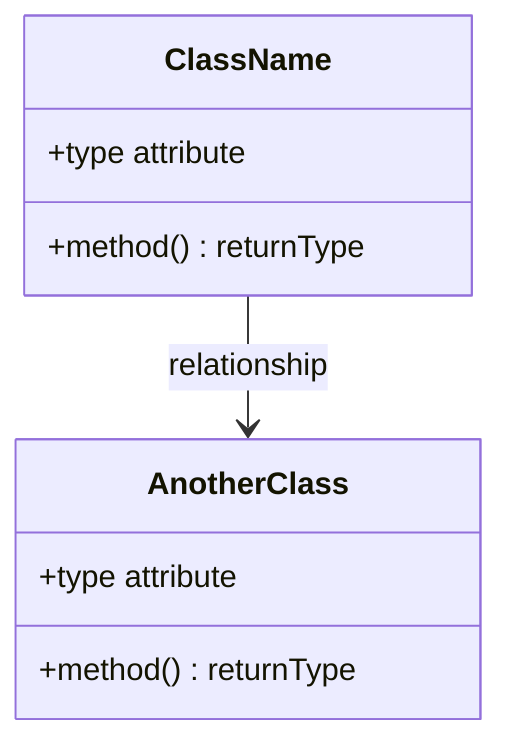
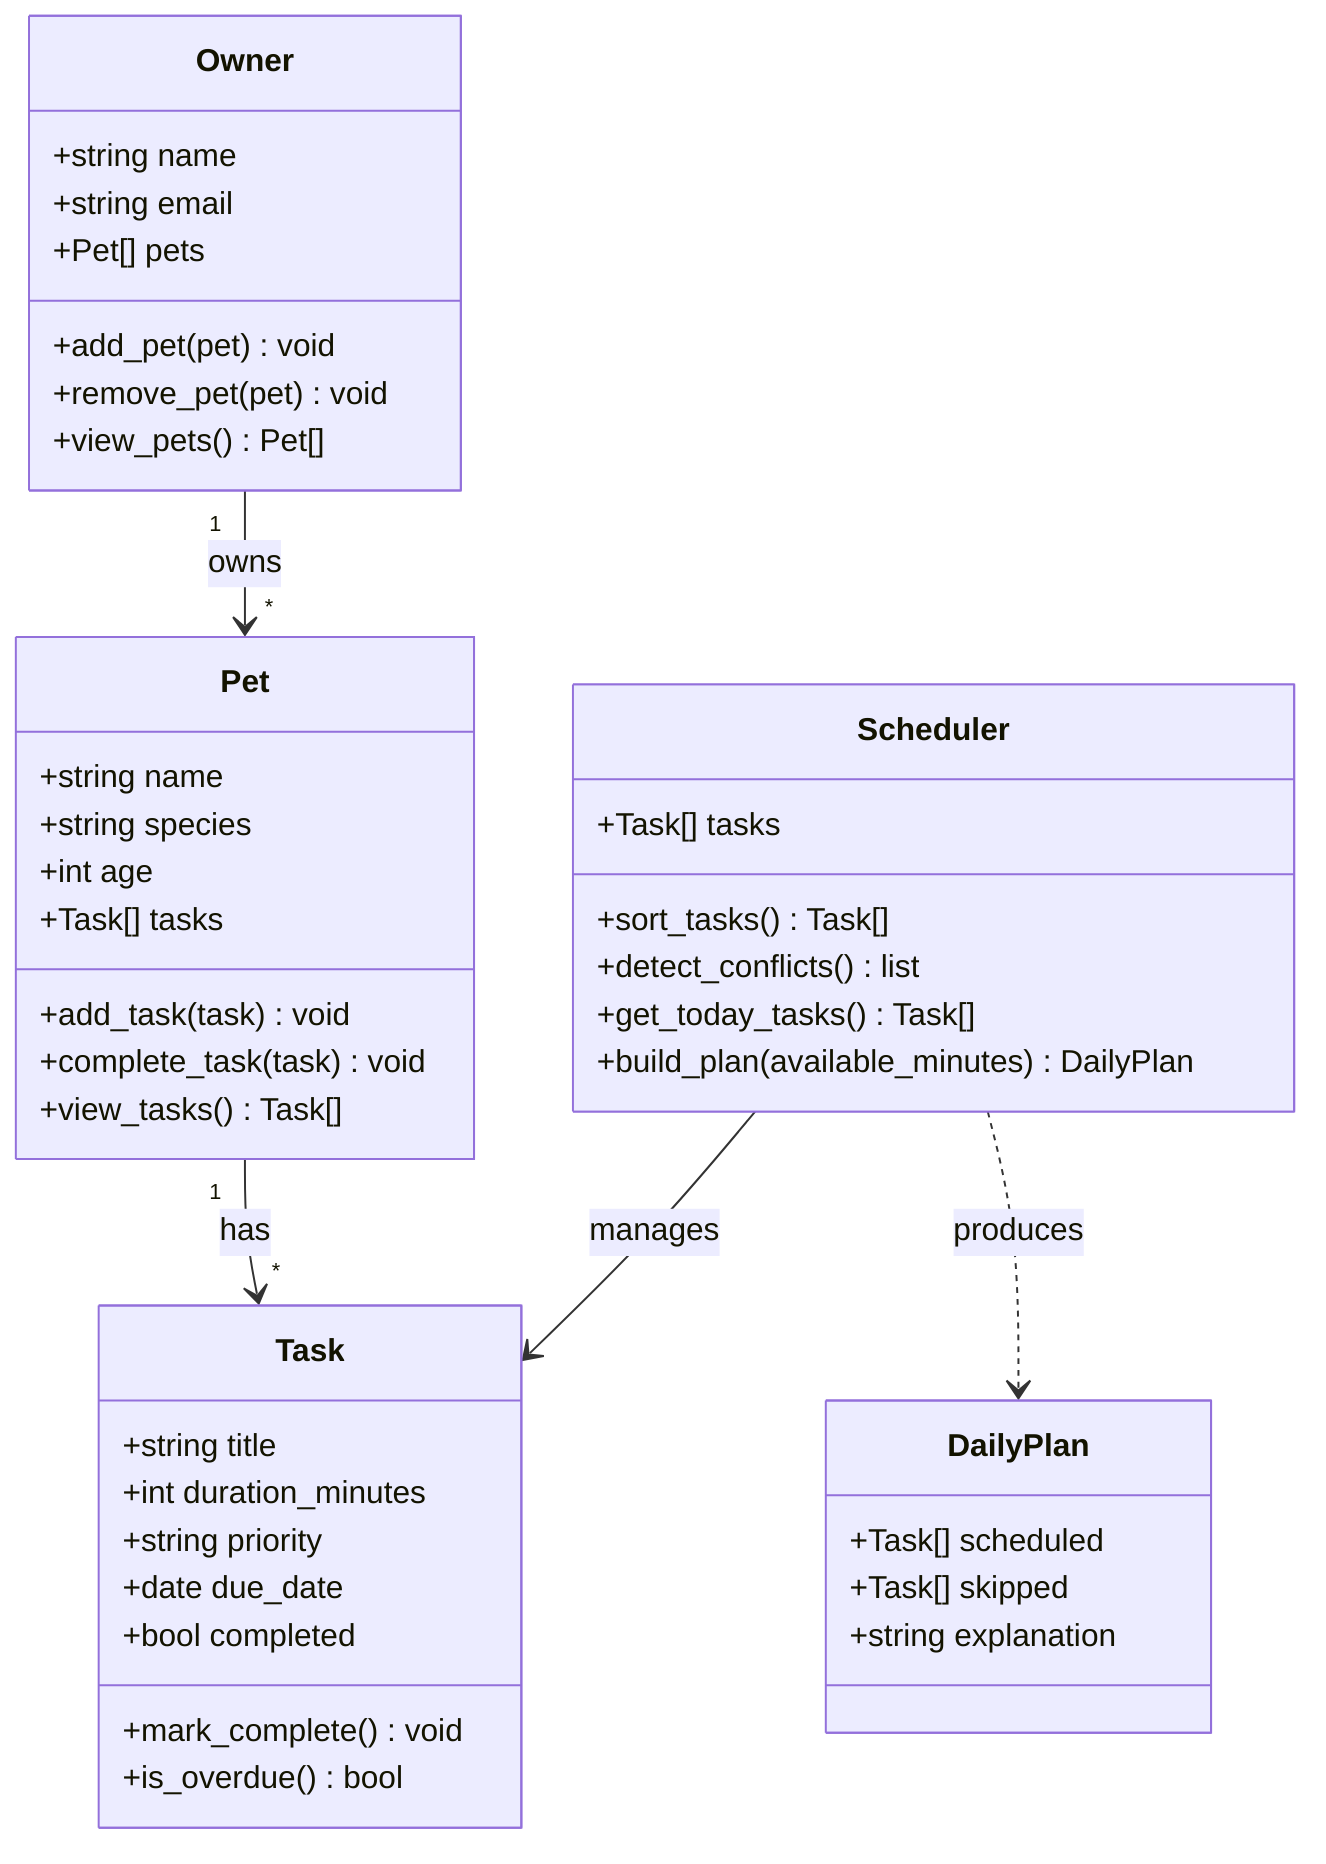
classDiagram
-     %% Replace the placeholders below with your actual classes, attributes, methods, and relationships.
-     %% Keep this file updated so it matches your final implementation.

-     class ClassName {
-         +type attribute
-         +method() returnType
+     class Owner {
+         +string name
+         +string email
+         +Pet[] pets
+         +add_pet(pet) void
+         +remove_pet(pet) void
+         +view_pets() Pet[]
    }

-     class AnotherClass {
-         +type attribute
-         +method() returnType
+     class Pet {
+         +string name
+         +string species
+         +int age
+         +Task[] tasks
+         +add_task(task) void
+         +complete_task(task) void
+         +view_tasks() Task[]
    }

-     ClassName --> AnotherClass : relationship
+     class Task {
+         +string title
+         +int duration_minutes
+         +string priority
+         +date due_date
+         +bool completed
+         +mark_complete() void
+         +is_overdue() bool
+     }
+ 
+     class Scheduler {
+         +Task[] tasks
+         +sort_tasks() Task[]
+         +detect_conflicts() list
+         +get_today_tasks() Task[]
+         +build_plan(available_minutes) DailyPlan
+     }
+ 
+     class DailyPlan {
+         +Task[] scheduled
+         +Task[] skipped
+         +string explanation
+     }
+ 
+     Owner "1" --> "*" Pet : owns
+     Pet "1" --> "*" Task : has
+     Scheduler --> Task : manages
+     Scheduler ..> DailyPlan : produces
